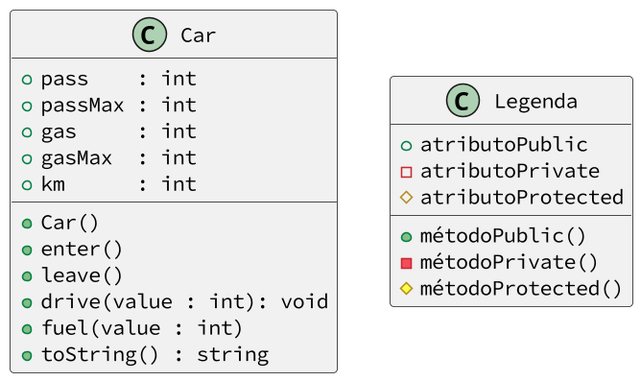
qxcodepoo/arcade keeps this PlantUML diagram as base/carro/diagrama.png. Above is the earlier version. The source it was exported from:
```plantuml
@startuml
skinparam defaultFontName Hasklig
skinparam dpi 150
class Car {
  + pass    : int
  + passMax : int
  + gas     : int
  + gasMax  : int
  + km      : int
  __
  + Car()
  + enter()
  + leave()
  + drive(value : int): void
  + fuel(value : int)
  + toString() : string
}
class Legenda {
  + atributoPublic
  - atributoPrivate
  # atributoProtected
  __
  + métodoPublic()
  - métodoPrivate()
  # métodoProtected()
}
@enduml
```
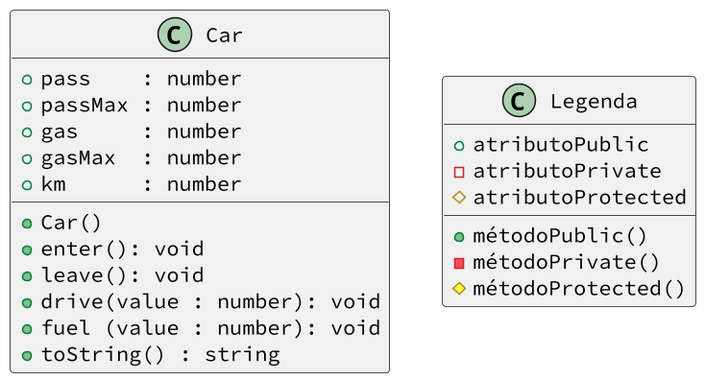
Later version of the same file.

What changed in the source:
```diff
@@ -1,18 +1,18 @@
 @startuml
-skinparam defaultFontName Hasklig
+skinparam defaultFontName "Source Code Pro"
 skinparam dpi 150
 class Car {
-  + pass    : int
-  + passMax : int
-  + gas     : int
-  + gasMax  : int
-  + km      : int
+  + pass    : number
+  + passMax : number
+  + gas     : number
+  + gasMax  : number
+  + km      : number
   __
   + Car()
-  + enter()
-  + leave()
-  + drive(value : int): void
-  + fuel(value : int)
+  + enter(): void
+  + leave(): void
+  + drive(value : number): void
+  + fuel (value : number): void
   + toString() : string
 }
 class Legenda {
```
